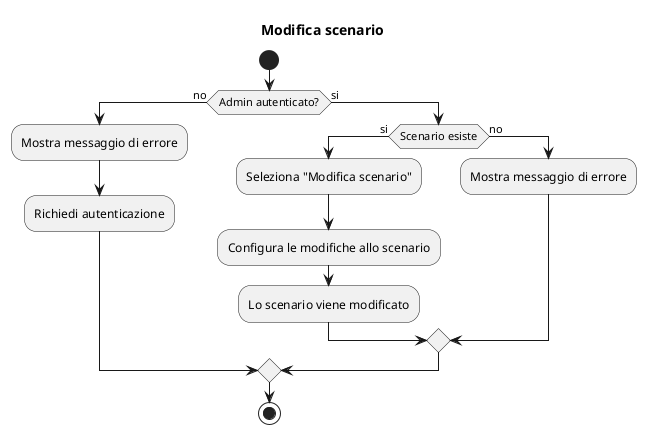
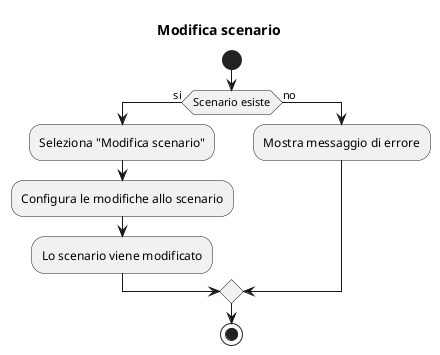
@startuml modificascenario
title Modifica scenario

start
- if (Admin autenticato?) then (no)
-     :Mostra messaggio di errore;
-     :Richiedi autenticazione;

- else (si)
    if (Scenario esiste) then (si)
        :Seleziona "Modifica scenario";
        :Configura le modifiche allo scenario;
        :Lo scenario viene modificato;
    else (no)
        :Mostra messaggio di errore;
    endif
- endif
+ 
stop
@enduml